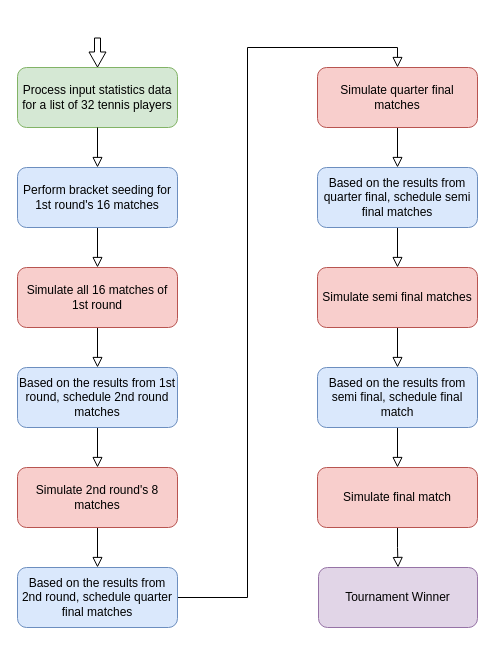
This is Final Project/TennisModel/HighLevelScheduleDiagram.drawio from sriksrik7/SYS-611, a draw.io file, before an edit. Source tidied: cells renumbered, new cells numbered last; positions are measured from the earlier drawing's top-left corner, leaving out a move shared by most shapes. Both pictures are drawn from the tidied source at 100%, with x=0, y=0 at pixel (17, 37).
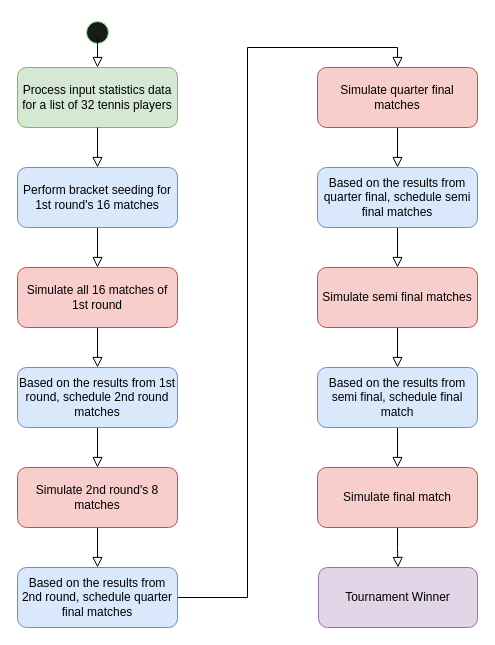
The same page after the edit.

Unchanged cells that the change refers to:
```xml
<mxCell id="2" value="Process input statistics data for a list of 32 tennis players" style="rounded=1;whiteSpace=wrap;html=1;fontSize=12;glass=0;strokeWidth=1;shadow=0;fillColor=#d5e8d4;strokeColor=#82b366;" parent="1" vertex="1">
  <mxGeometry y="30" width="160" height="60" as="geometry" />
</mxCell>
```

Change to the diagram source:
```diff
@@
-    <mxCell id="25" style="shape=flexArrow;endArrow=classic;html=1;endSize=4.67;entryX=0.5;entryY=0;entryDx=0;entryDy=0;endWidth=10;width=6;" parent="1" edge="1" target="2">
-      <mxGeometry relative="1" as="geometry">
-        <mxPoint x="80" as="sourcePoint" />
-      </mxGeometry>
-    </mxCell>
+    <mxCell id="26" style="ellipse;html=1;shape=startState;fillColor=#1A1A1A;strokeColor=#99FF99;" parent="1" vertex="1">
+      <mxGeometry x="65" y="-20" width="30" height="30" as="geometry" />
+    </mxCell>
+    <mxCell id="27" style="edgeStyle=orthogonalEdgeStyle;html=1;verticalAlign=bottom;endArrow=block;endSize=8;endFill=0;" parent="1" edge="1">
+      <mxGeometry relative="1" as="geometry">
+        <mxPoint x="80" as="sourcePoint" />
+        <mxPoint x="80" y="30" as="targetPoint" />
+      </mxGeometry>
+    </mxCell>
```
